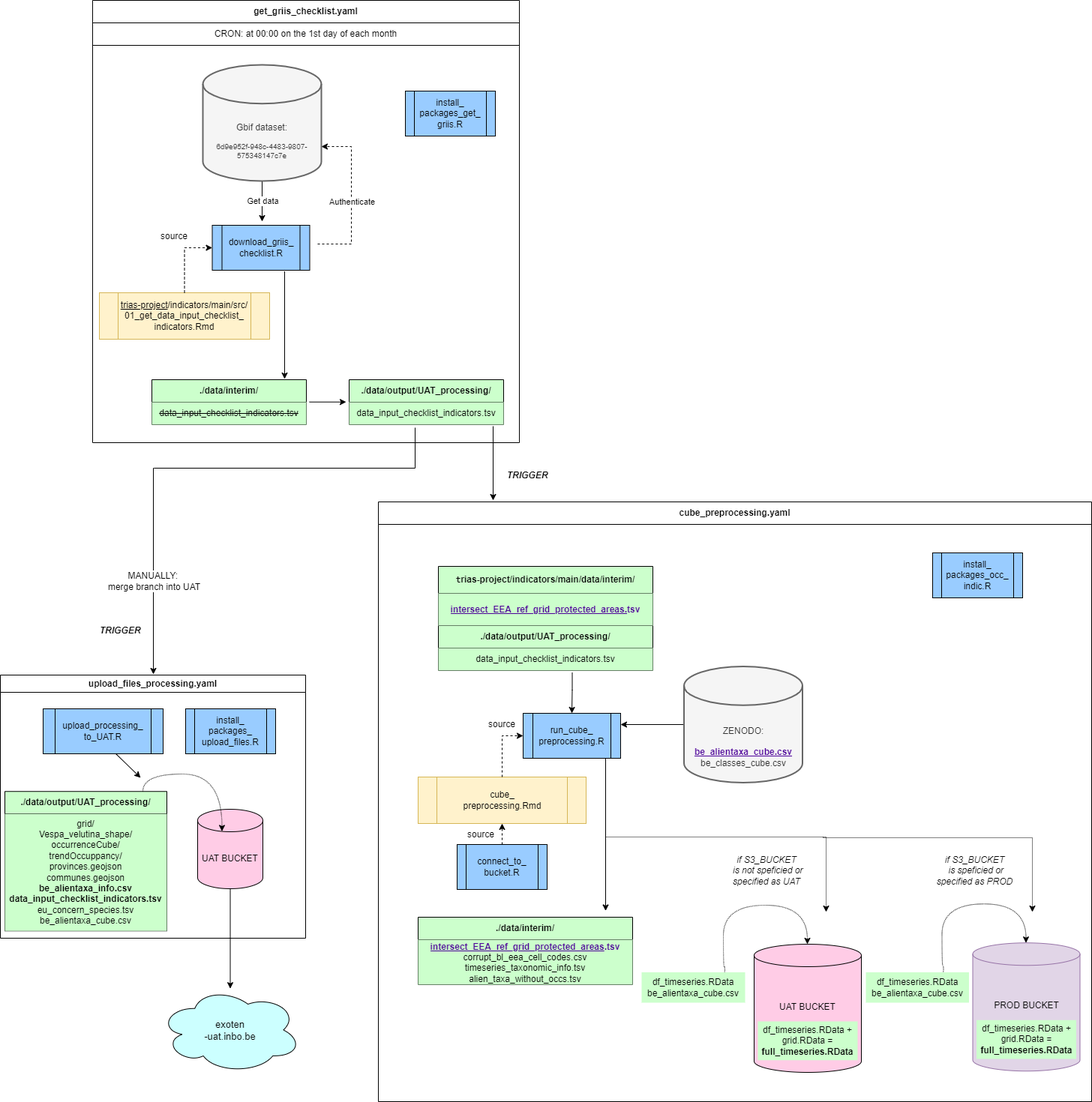
inbo/aspbo keeps this draw.io diagram as docs/aspbo_flows-get_griis_checklist_upload_indicators_preprocessing.drawio.png. Above is the earlier version. Source tidied: cells renumbered, new cells last; positions are measured from the earlier drawing's top-left corner, leaving out a move shared by most shapes.
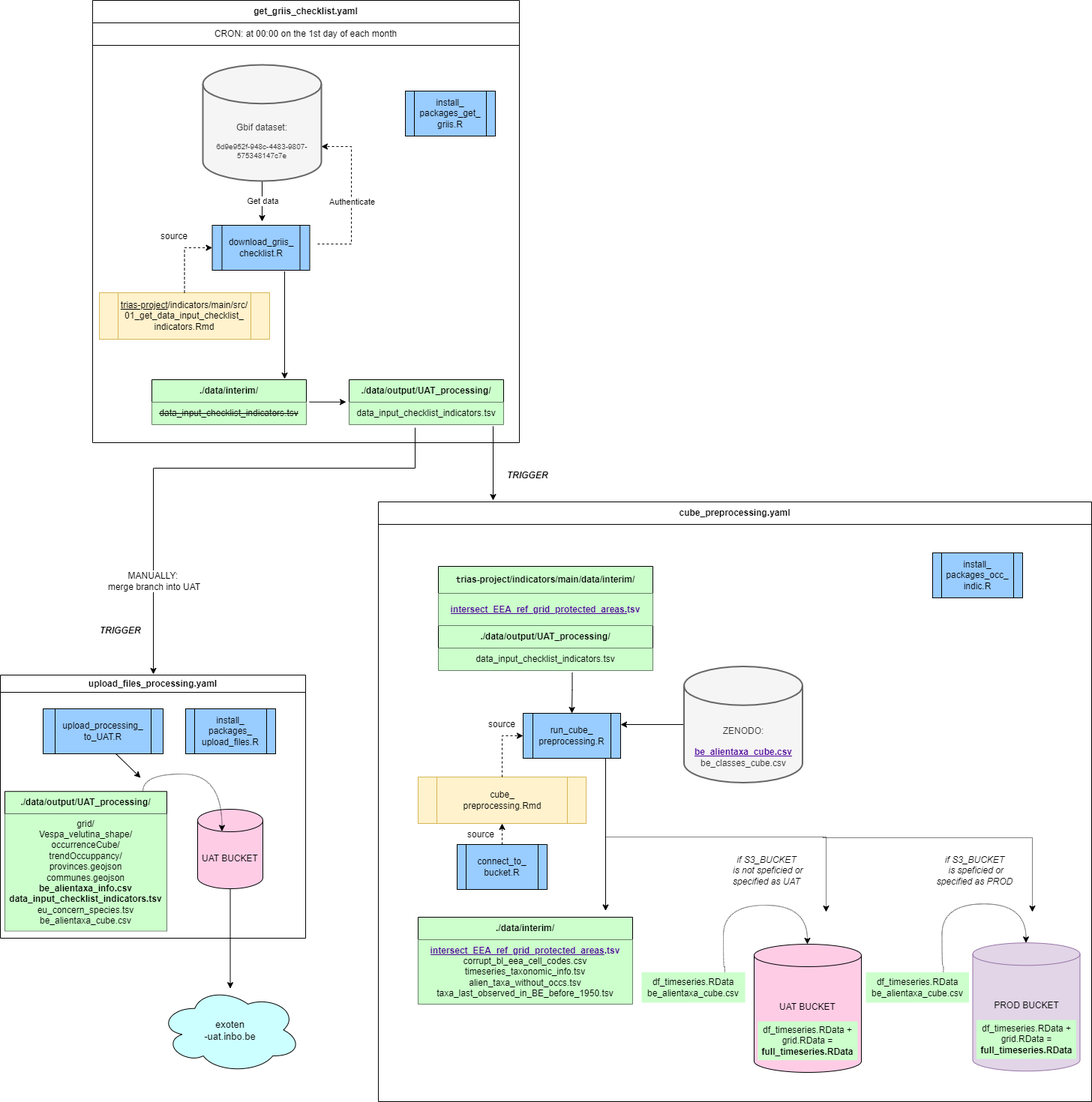
After the change.

Diff of the diagram source:
```diff
@@ -162,10 +162,10 @@
       </mxGeometry>
     </mxCell>
     <mxCell id="41" value="&lt;b&gt;./data/interim/&lt;/b&gt;" style="swimlane;fontStyle=0;horizontal=1;startSize=30;whiteSpace=wrap;html=1;fillColor=#CCFFCC;" parent="32" vertex="1">
-      <mxGeometry x="53" y="554" width="286" height="90" as="geometry" />
+      <mxGeometry x="53" y="554" width="286" height="116" as="geometry" />
     </mxCell>
-    <mxCell id="42" value="&lt;font color=&quot;#4c0099&quot;&gt;&lt;b&gt;&lt;u&gt;intersect_EEA_ref_grid_protected_areas&lt;/u&gt;.tsv&lt;/b&gt;&lt;/font&gt;&lt;div&gt;corrupt_bl_eea_cell_codes.csv&lt;br&gt;&lt;/div&gt;&lt;div&gt;timeseries_taxonomic_info.tsv&lt;br&gt;&lt;/div&gt;&lt;div&gt;alien_taxa_without_occs.tsv&lt;div&gt;taxa_introduced_in_BE_before_1950.tsv&lt;/div&gt;&lt;/div&gt;" style="text;strokeColor=none;fillColor=#CCFFCC;align=center;verticalAlign=middle;spacingLeft=4;spacingRight=4;overflow=hidden;whiteSpace=wrap;html=1;" parent="41" vertex="1">
-      <mxGeometry y="30" width="286" height="60" as="geometry" />
+    <mxCell id="42" value="&lt;font color=&quot;#4c0099&quot;&gt;&lt;b&gt;&lt;u&gt;intersect_EEA_ref_grid_protected_areas&lt;/u&gt;.tsv&lt;/b&gt;&lt;/font&gt;&lt;div&gt;corrupt_bl_eea_cell_codes.csv&lt;br&gt;&lt;/div&gt;&lt;div&gt;timeseries_taxonomic_info.tsv&lt;br&gt;&lt;/div&gt;&lt;div&gt;alien_taxa_without_occs.tsv&lt;div&gt;&lt;div&gt;taxa_last_observed_in_BE_before_1950.tsv&lt;/div&gt;&lt;/div&gt;&lt;/div&gt;" style="text;strokeColor=none;fillColor=#CCFFCC;align=center;verticalAlign=middle;spacingLeft=4;spacingRight=4;overflow=hidden;whiteSpace=wrap;html=1;" parent="41" vertex="1">
+      <mxGeometry y="30" width="286" height="86" as="geometry" />
     </mxCell>
     <mxCell id="43" style="endArrow=classic;html=1;rounded=0;edgeStyle=orthogonalEdgeStyle;dashed=1;dashPattern=1 1;" parent="32" edge="1">
       <mxGeometry relative="1" as="geometry">
```
